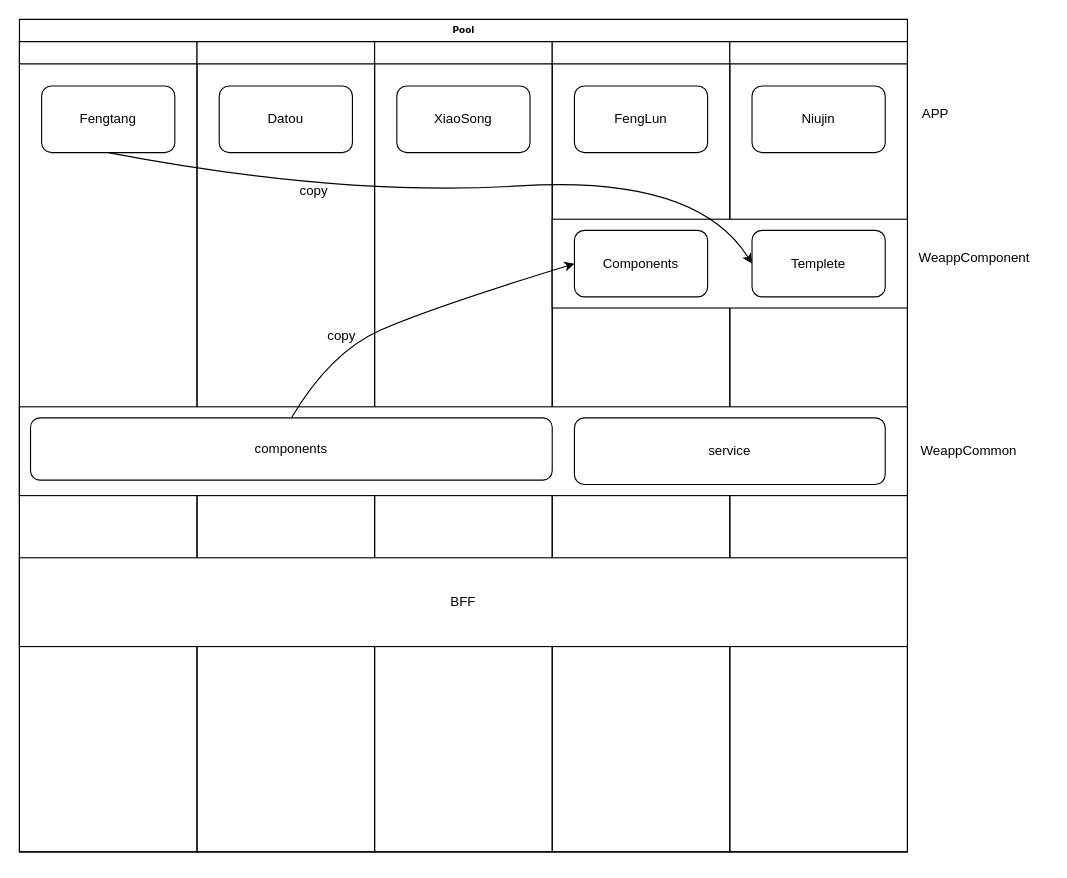
Earlier version of the draw.io diagram 未命名绘图.drawio (imnot2/imnot2.github.io). Source tidied: cells renumbered, new cells numbered last; positions are measured from the earlier drawing's top-left corner, leaving out a move shared by most shapes. Both pictures are drawn from the tidied source at 111%, with x=0, y=0 at pixel (19, 19).
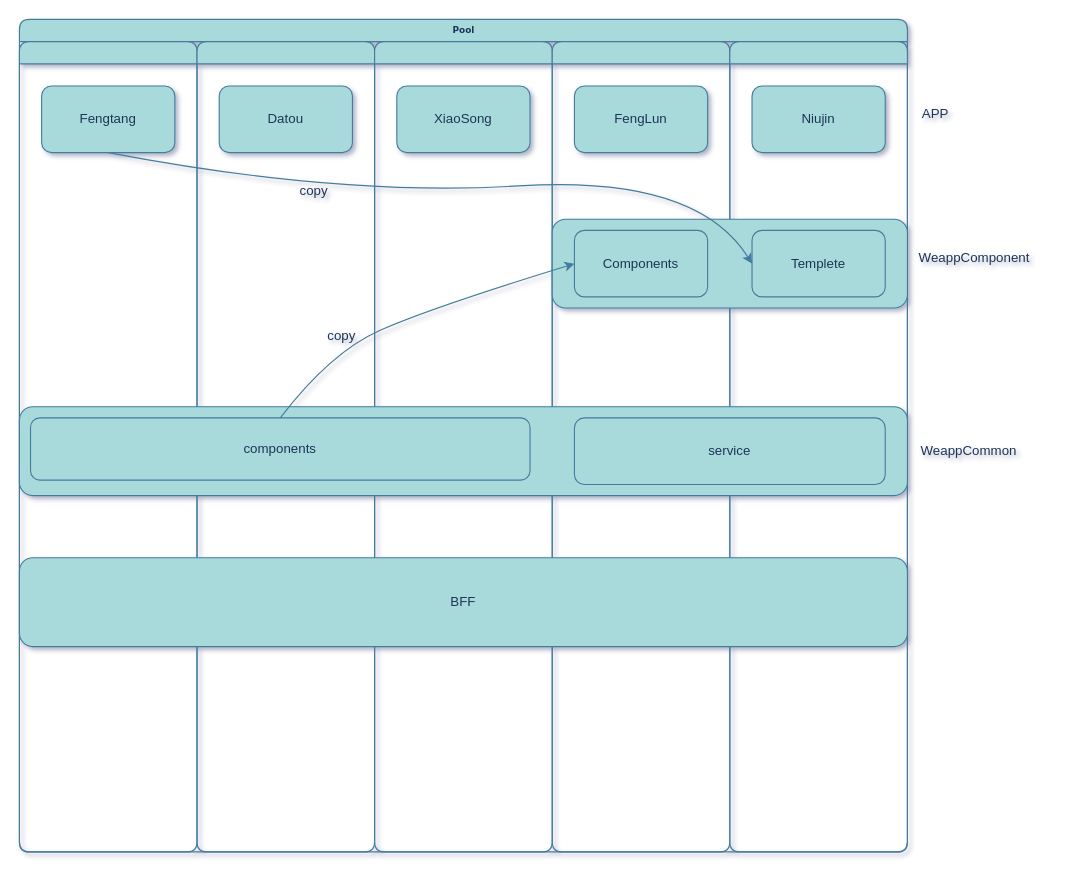
The same page after the edit.

Change to the diagram source:
```diff
@@
-<mxGraphModel>
+<mxGraphModel shadow="1">
@@
-    <mxCell id="2" value="Pool" style="swimlane;html=1;startSize=20;rounded=0;shadow=0;labelBackgroundColor=none;strokeWidth=1;fontFamily=Verdana;fontSize=8;align=center;" parent="1" vertex="1">
+    <mxCell id="2" value="Pool" style="swimlane;html=1;startSize=20;rounded=1;shadow=0;labelBackgroundColor=none;strokeWidth=1;fontFamily=Verdana;fontSize=8;align=center;fillColor=#A8DADC;strokeColor=#457B9D;fontColor=#1D3557;" parent="1" vertex="1">
       <mxGeometry width="800" height="750" as="geometry" />
     </mxCell>
-    <mxCell id="3" style="swimlane;html=1;startSize=20;" parent="2" vertex="1">
+    <mxCell id="3" style="swimlane;html=1;startSize=20;rounded=1;labelBackgroundColor=none;fillColor=#A8DADC;strokeColor=#457B9D;fontColor=#1D3557;" parent="2" vertex="1">
       <mxGeometry y="20" width="160" height="730" as="geometry" />
     </mxCell>
-    <mxCell id="4" value="Fengtang" style="rounded=1;whiteSpace=wrap;html=1;" parent="3" vertex="1">
+    <mxCell id="4" value="Fengtang" style="rounded=1;whiteSpace=wrap;html=1;labelBackgroundColor=none;fillColor=#A8DADC;strokeColor=#457B9D;fontColor=#1D3557;" parent="3" vertex="1">
       <mxGeometry x="20" y="40" width="120" height="60" as="geometry" />
     </mxCell>
-    <mxCell id="5" style="swimlane;html=1;startSize=20;" parent="2" vertex="1">
+    <mxCell id="5" style="swimlane;html=1;startSize=20;rounded=1;labelBackgroundColor=none;fillColor=#A8DADC;strokeColor=#457B9D;fontColor=#1D3557;" parent="2" vertex="1">
       <mxGeometry x="160" y="20" width="160" height="730" as="geometry" />
     </mxCell>
-    <mxCell id="6" value="Datou" style="rounded=1;whiteSpace=wrap;html=1;" parent="5" vertex="1">
+    <mxCell id="6" value="Datou" style="rounded=1;whiteSpace=wrap;html=1;labelBackgroundColor=none;fillColor=#A8DADC;strokeColor=#457B9D;fontColor=#1D3557;" parent="5" vertex="1">
       <mxGeometry x="20" y="40" width="120" height="60" as="geometry" />
     </mxCell>
-    <mxCell id="7" value="copy" style="text;html=1;align=center;verticalAlign=middle;strokeColor=none;fillColor=none;" parent="5" vertex="1">
+    <mxCell id="7" value="copy" style="text;html=1;align=center;verticalAlign=middle;strokeColor=none;fillColor=none;rounded=1;labelBackgroundColor=none;fontColor=#1D3557;" parent="5" vertex="1">
       <mxGeometry x="105" y="250" width="50" height="30" as="geometry" />
     </mxCell>
-    <mxCell id="8" value="copy" style="text;html=1;align=center;verticalAlign=middle;strokeColor=none;fillColor=none;" parent="5" vertex="1">
+    <mxCell id="8" value="copy" style="text;html=1;align=center;verticalAlign=middle;strokeColor=none;fillColor=none;rounded=1;labelBackgroundColor=none;fontColor=#1D3557;" parent="5" vertex="1">
       <mxGeometry x="80" y="120" width="50" height="30" as="geometry" />
     </mxCell>
-    <mxCell id="9" style="swimlane;html=1;startSize=20;" parent="2" vertex="1">
+    <mxCell id="9" style="swimlane;html=1;startSize=20;rounded=1;labelBackgroundColor=none;fillColor=#A8DADC;strokeColor=#457B9D;fontColor=#1D3557;" parent="2" vertex="1">
       <mxGeometry x="320" y="20" width="160" height="730" as="geometry" />
     </mxCell>
-    <mxCell id="10" value="XiaoSong" style="rounded=1;whiteSpace=wrap;html=1;" parent="9" vertex="1">
+    <mxCell id="10" value="XiaoSong" style="rounded=1;whiteSpace=wrap;html=1;labelBackgroundColor=none;fillColor=#A8DADC;strokeColor=#457B9D;fontColor=#1D3557;" parent="9" vertex="1">
       <mxGeometry x="20" y="40" width="120" height="60" as="geometry" />
     </mxCell>
-    <mxCell id="11" style="swimlane;html=1;startSize=20;" parent="2" vertex="1">
+    <mxCell id="11" style="swimlane;html=1;startSize=20;rounded=1;labelBackgroundColor=none;fillColor=#A8DADC;strokeColor=#457B9D;fontColor=#1D3557;" parent="2" vertex="1">
       <mxGeometry x="480" y="20" width="160" height="730" as="geometry" />
     </mxCell>
-    <mxCell id="12" value="FengLun" style="rounded=1;whiteSpace=wrap;html=1;" parent="11" vertex="1">
+    <mxCell id="12" value="FengLun" style="rounded=1;whiteSpace=wrap;html=1;labelBackgroundColor=none;fillColor=#A8DADC;strokeColor=#457B9D;fontColor=#1D3557;" parent="11" vertex="1">
       <mxGeometry x="20" y="40" width="120" height="60" as="geometry" />
     </mxCell>
-    <mxCell id="13" style="swimlane;html=1;startSize=20;" parent="2" vertex="1">
+    <mxCell id="13" style="swimlane;html=1;startSize=20;rounded=1;labelBackgroundColor=none;fillColor=#A8DADC;strokeColor=#457B9D;fontColor=#1D3557;" parent="2" vertex="1">
       <mxGeometry x="640" y="20" width="160" height="730" as="geometry" />
     </mxCell>
-    <mxCell id="14" value="Niujin" style="rounded=1;whiteSpace=wrap;html=1;" parent="13" vertex="1">
+    <mxCell id="14" value="Niujin" style="rounded=1;whiteSpace=wrap;html=1;labelBackgroundColor=none;fillColor=#A8DADC;strokeColor=#457B9D;fontColor=#1D3557;" parent="13" vertex="1">
       <mxGeometry x="20" y="40" width="120" height="60" as="geometry" />
     </mxCell>
-    <mxCell id="15" style="rounded=0;whiteSpace=wrap;html=1;" parent="13" vertex="1">
+    <mxCell id="15" style="rounded=1;whiteSpace=wrap;html=1;labelBackgroundColor=none;fillColor=#A8DADC;strokeColor=#457B9D;fontColor=#1D3557;" parent="13" vertex="1">
       <mxGeometry x="-160" y="160" width="320" height="80" as="geometry" />
     </mxCell>
-    <mxCell id="16" value="Templete" style="rounded=1;whiteSpace=wrap;html=1;" parent="13" vertex="1">
+    <mxCell id="16" value="Templete" style="rounded=1;whiteSpace=wrap;html=1;labelBackgroundColor=none;fillColor=#A8DADC;strokeColor=#457B9D;fontColor=#1D3557;" parent="13" vertex="1">
       <mxGeometry x="20" y="170" width="120" height="60" as="geometry" />
     </mxCell>
-    <mxCell id="17" value="Components" style="rounded=1;whiteSpace=wrap;html=1;" parent="13" vertex="1">
+    <mxCell id="17" value="Components" style="rounded=1;whiteSpace=wrap;html=1;labelBackgroundColor=none;fillColor=#A8DADC;strokeColor=#457B9D;fontColor=#1D3557;" parent="13" vertex="1">
       <mxGeometry x="-140" y="170" width="120" height="60" as="geometry" />
     </mxCell>
-    <mxCell id="18" style="curved=1;endArrow=classic;html=1;rounded=0;exitX=0.5;exitY=1;exitDx=0;exitDy=0;entryX=0;entryY=0.5;entryDx=0;entryDy=0;" parent="2" edge="1" source="4" target="16">
+    <mxCell id="18" style="curved=1;endArrow=classic;html=1;rounded=1;exitX=0.5;exitY=1;exitDx=0;exitDy=0;entryX=0;entryY=0.5;entryDx=0;entryDy=0;labelBackgroundColor=none;strokeColor=#457B9D;fontColor=default;" parent="2" edge="1" source="4" target="16">
       <mxGeometry relative="1" as="geometry">
         <Array as="points">
           <mxPoint x="290" y="160" />
           <mxPoint x="610" y="140" />
         </Array>
       </mxGeometry>
     </mxCell>
-    <mxCell id="19" style="rounded=0;whiteSpace=wrap;html=1;" parent="1" vertex="1">
+    <mxCell id="19" style="rounded=1;whiteSpace=wrap;html=1;labelBackgroundColor=none;fillColor=#A8DADC;strokeColor=#457B9D;fontColor=#1D3557;" parent="1" vertex="1">
       <mxGeometry y="349" width="800" height="80" as="geometry" />
     </mxCell>
-    <mxCell id="20" value="components" style="rounded=1;whiteSpace=wrap;html=1;" parent="1" vertex="1">
-      <mxGeometry x="10" y="359" width="470" height="56" as="geometry" />
+    <mxCell id="20" value="components" style="rounded=1;whiteSpace=wrap;html=1;labelBackgroundColor=none;fillColor=#A8DADC;strokeColor=#457B9D;fontColor=#1D3557;" parent="1" vertex="1">
+      <mxGeometry x="10" y="359" width="450" height="56" as="geometry" />
     </mxCell>
-    <mxCell id="21" value="service" style="rounded=1;whiteSpace=wrap;html=1;" parent="1" vertex="1">
+    <mxCell id="21" value="service" style="rounded=1;whiteSpace=wrap;html=1;labelBackgroundColor=none;fillColor=#A8DADC;strokeColor=#457B9D;fontColor=#1D3557;" parent="1" vertex="1">
       <mxGeometry x="500" y="359" width="280" height="60" as="geometry" />
     </mxCell>
-    <mxCell id="22" value="WeappCommon" style="text;html=1;align=center;verticalAlign=middle;strokeColor=none;fillColor=none;" parent="1" vertex="1">
+    <mxCell id="22" value="WeappCommon" style="text;html=1;align=center;verticalAlign=middle;strokeColor=none;fillColor=none;rounded=1;labelBackgroundColor=none;fontColor=#1D3557;" parent="1" vertex="1">
       <mxGeometry x="800" y="374" width="110" height="30" as="geometry" />
     </mxCell>
-    <mxCell id="23" value="WeappComponent" style="text;html=1;align=center;verticalAlign=middle;strokeColor=none;fillColor=none;" parent="1" vertex="1">
+    <mxCell id="23" value="WeappComponent" style="text;html=1;align=center;verticalAlign=middle;strokeColor=none;fillColor=none;rounded=1;labelBackgroundColor=none;fontColor=#1D3557;" parent="1" vertex="1">
       <mxGeometry x="800" y="200" width="120" height="30" as="geometry" />
     </mxCell>
-    <mxCell id="24" style="curved=1;endArrow=classic;html=1;rounded=0;exitX=0.5;exitY=0;exitDx=0;exitDy=0;entryX=0;entryY=0.5;entryDx=0;entryDy=0;" parent="1" edge="1" source="20" target="17">
+    <mxCell id="24" style="curved=1;endArrow=classic;html=1;rounded=1;exitX=0.5;exitY=0;exitDx=0;exitDy=0;entryX=0;entryY=0.5;entryDx=0;entryDy=0;labelBackgroundColor=none;strokeColor=#457B9D;fontColor=default;" parent="1" edge="1" source="20" target="17">
       <mxGeometry relative="1" as="geometry">
         <Array as="points">
           <mxPoint x="280" y="300" />
           <mxPoint x="370" y="260" />
         </Array>
       </mxGeometry>
     </mxCell>
-    <mxCell id="25" value="APP" style="text;html=1;align=center;verticalAlign=middle;strokeColor=none;fillColor=none;" parent="1" vertex="1">
+    <mxCell id="25" value="APP" style="text;html=1;align=center;verticalAlign=middle;strokeColor=none;fillColor=none;rounded=1;labelBackgroundColor=none;fontColor=#1D3557;" parent="1" vertex="1">
       <mxGeometry x="800" y="70" width="50" height="30" as="geometry" />
     </mxCell>
-    <mxCell id="26" value="BFF" style="rounded=0;whiteSpace=wrap;html=1;" parent="1" vertex="1">
+    <mxCell id="26" value="BFF" style="rounded=1;whiteSpace=wrap;html=1;labelBackgroundColor=none;fillColor=#A8DADC;strokeColor=#457B9D;fontColor=#1D3557;" parent="1" vertex="1">
       <mxGeometry y="485" width="800" height="80" as="geometry" />
     </mxCell>
```
